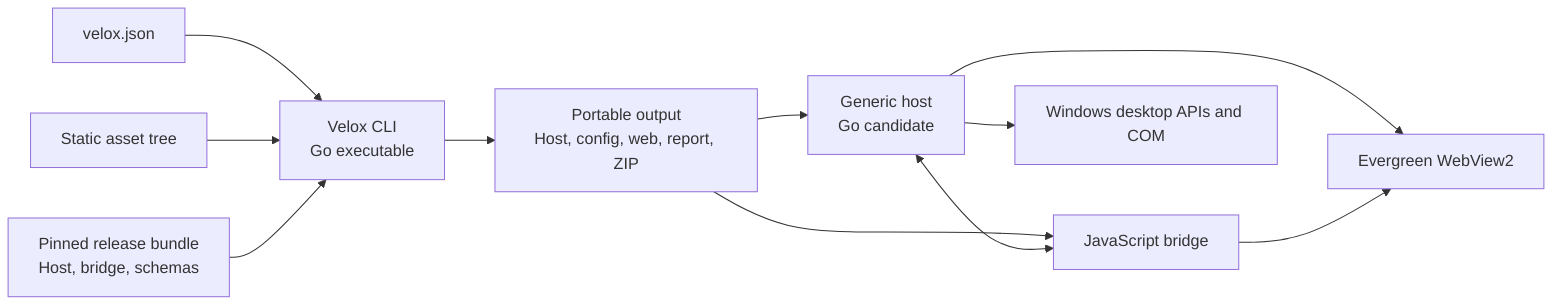
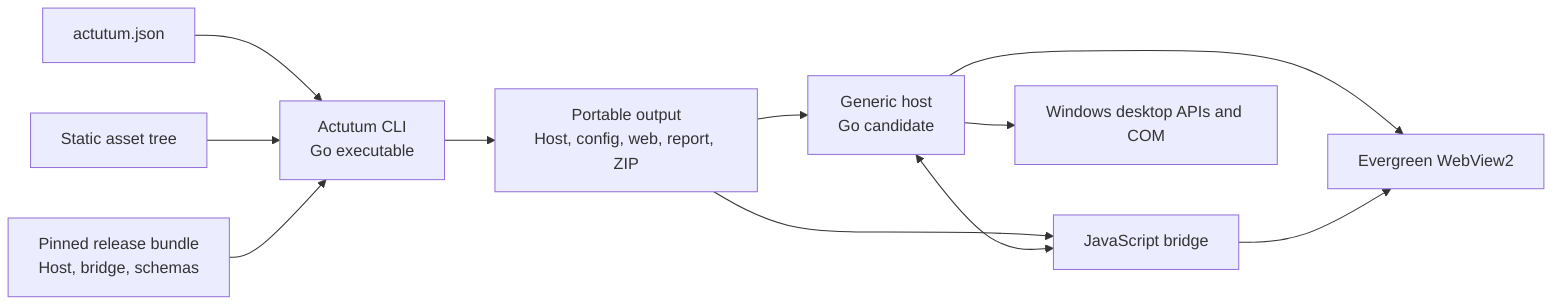
flowchart LR
-   manifest["velox.json"]
+   manifest["actutum.json"]
  assets["Static asset tree"]
-   cli["Velox CLI\nGo executable"]
+   cli["Actutum CLI\nGo executable"]
  release["Pinned release bundle\nHost, bridge, schemas"]
  output["Portable output\nHost, config, web, report, ZIP"]
  host["Generic host\nGo candidate"]
  bridge["JavaScript bridge"]
  webview["Evergreen WebView2"]
  windows["Windows desktop APIs and COM"]

  manifest --> cli
  assets --> cli
  release --> cli
  cli --> output
  output --> host
  output --> bridge
  host <--> bridge
  host --> webview
  host --> windows
  bridge --> webview
